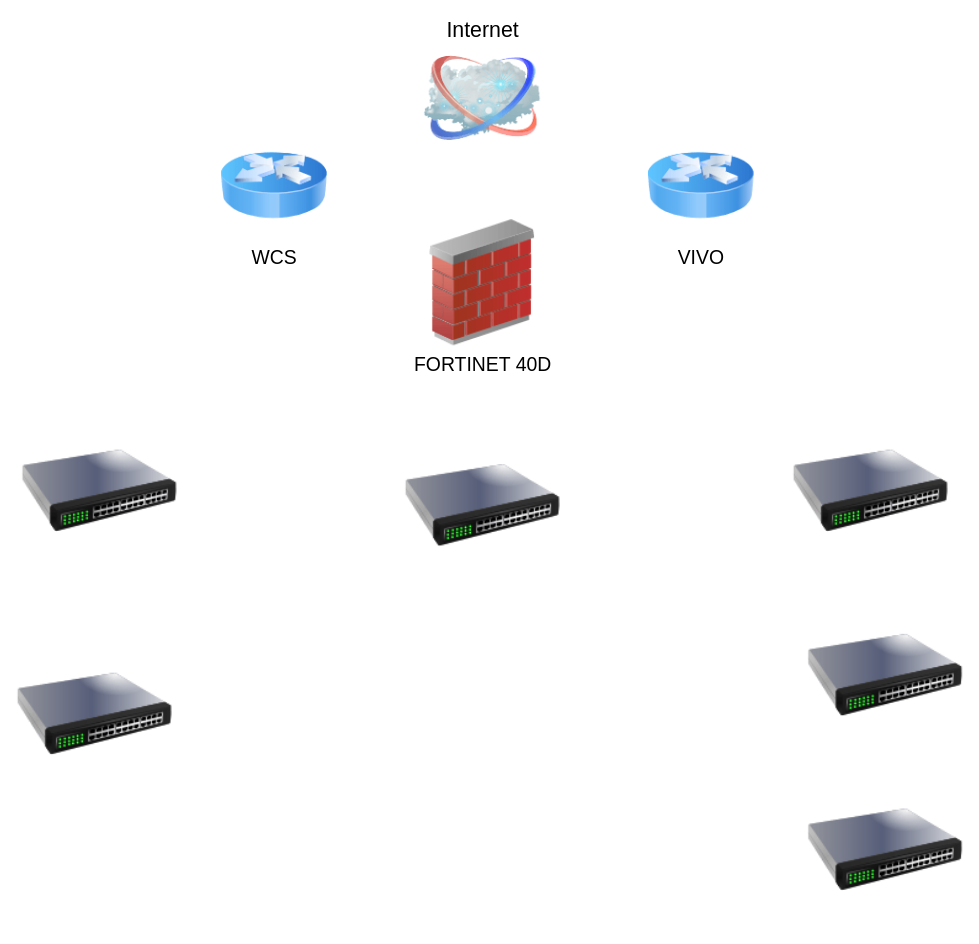
This is 1002JACANA.drawio from AndradeLeandro/Andrade, a draw.io file, before an edit. Source tidied: cells renumbered, new cells numbered last; positions are measured from the earlier drawing's top-left corner, leaving out a move shared by most shapes. Both pictures are drawn from the tidied source at 97%, with x=0, y=0 at pixel (16, 45).
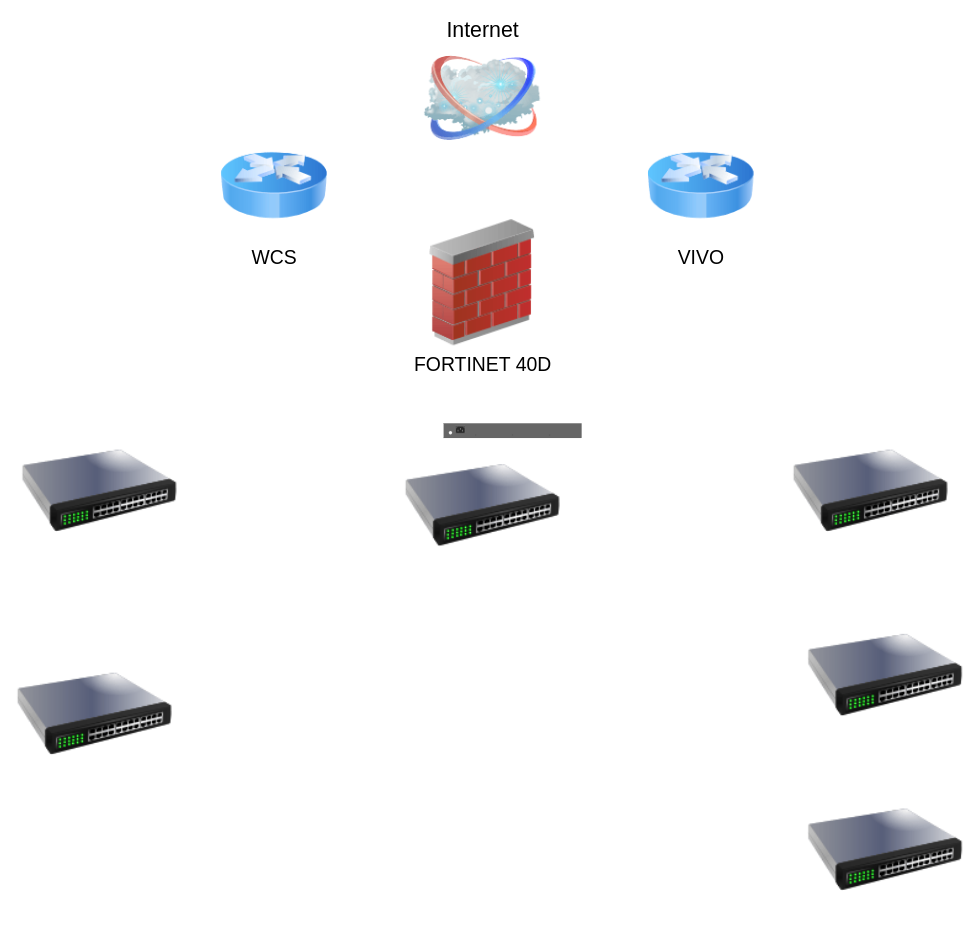
The same page after the edit.

Diff of the diagram source:
```diff
@@
 <mxGraphModel>
   <root>
     <mxCell id="0" />
     <mxCell id="1" parent="0" />
     <mxCell id="2" value="Internet" style="image;html=1;labelBackgroundColor=#ffffff;image=img/lib/clip_art/networking/Cloud_128x128.png;rounded=1;shadow=0;comic=0;strokeWidth=4;fontSize=22;labelPosition=center;verticalLabelPosition=top;align=center;verticalAlign=bottom;" parent="1" vertex="1">
       <mxGeometry x="420" width="120" height="110" as="geometry" />
     </mxCell>
     <mxCell id="3" value="&lt;span style=&quot;font-size: 20px&quot;&gt;FORTINET 40D&lt;/span&gt;" style="image;html=1;image=img/lib/clip_art/networking/Firewall_02_128x128.png;" parent="1" vertex="1">
       <mxGeometry x="405" y="180" width="150" height="130" as="geometry" />
     </mxCell>
     <mxCell id="4" style="image;html=1;image=img/lib/clip_art/networking/Switch_128x128.png;" parent="1" vertex="1">
       <mxGeometry x="5" y="380" width="160" height="160" as="geometry" />
     </mxCell>
     <mxCell id="5" value="&lt;font style=&quot;font-size: 20px&quot;&gt;WCS&lt;/font&gt;" style="image;html=1;image=img/lib/clip_art/networking/Router_Icon_128x128.png;" parent="1" vertex="1">
       <mxGeometry x="210" y="90" width="110" height="110" as="geometry" />
     </mxCell>
     <mxCell id="6" style="image;html=1;image=img/lib/clip_art/networking/Switch_128x128.png;" parent="1" vertex="1">
       <mxGeometry x="400" y="395" width="160" height="160" as="geometry" />
     </mxCell>
     <mxCell id="7" style="image;html=1;image=img/lib/clip_art/networking/Switch_128x128.png;" parent="1" vertex="1">
       <mxGeometry x="800" y="380" width="160" height="160" as="geometry" />
     </mxCell>
     <mxCell id="8" style="image;html=1;image=img/lib/clip_art/networking/Switch_128x128.png;" parent="1" vertex="1">
       <mxGeometry y="610" width="160" height="160" as="geometry" />
     </mxCell>
     <mxCell id="9" style="image;html=1;image=img/lib/clip_art/networking/Switch_128x128.png;" parent="1" vertex="1">
       <mxGeometry x="815" y="570" width="160" height="160" as="geometry" />
     </mxCell>
     <mxCell id="10" style="image;html=1;image=img/lib/clip_art/networking/Switch_128x128.png;" parent="1" vertex="1">
       <mxGeometry x="815" y="750" width="160" height="160" as="geometry" />
     </mxCell>
     <mxCell id="11" value="&lt;font style=&quot;font-size: 20px&quot;&gt;VIVO&lt;/font&gt;" style="image;html=1;image=img/lib/clip_art/networking/Router_Icon_128x128.png;" parent="1" vertex="1">
       <mxGeometry x="650" y="90" width="110" height="110" as="geometry" />
     </mxCell>
+    <mxCell id="12" style="html=1;verticalLabelPosition=bottom;verticalAlign=top;shadow=0;dashed=0;shape=mxgraph.rack.hpe_aruba.switches.jl559a_aruba_2930f_48g_poeplus_4sfpplus_740w_taa_switch_rear;fontSize=20;strokeWidth=4;" parent="1" vertex="1">
+      <mxGeometry x="440" y="390" width="142" height="15" as="geometry" />
+    </mxCell>
   </root>
 </mxGraphModel>
```
